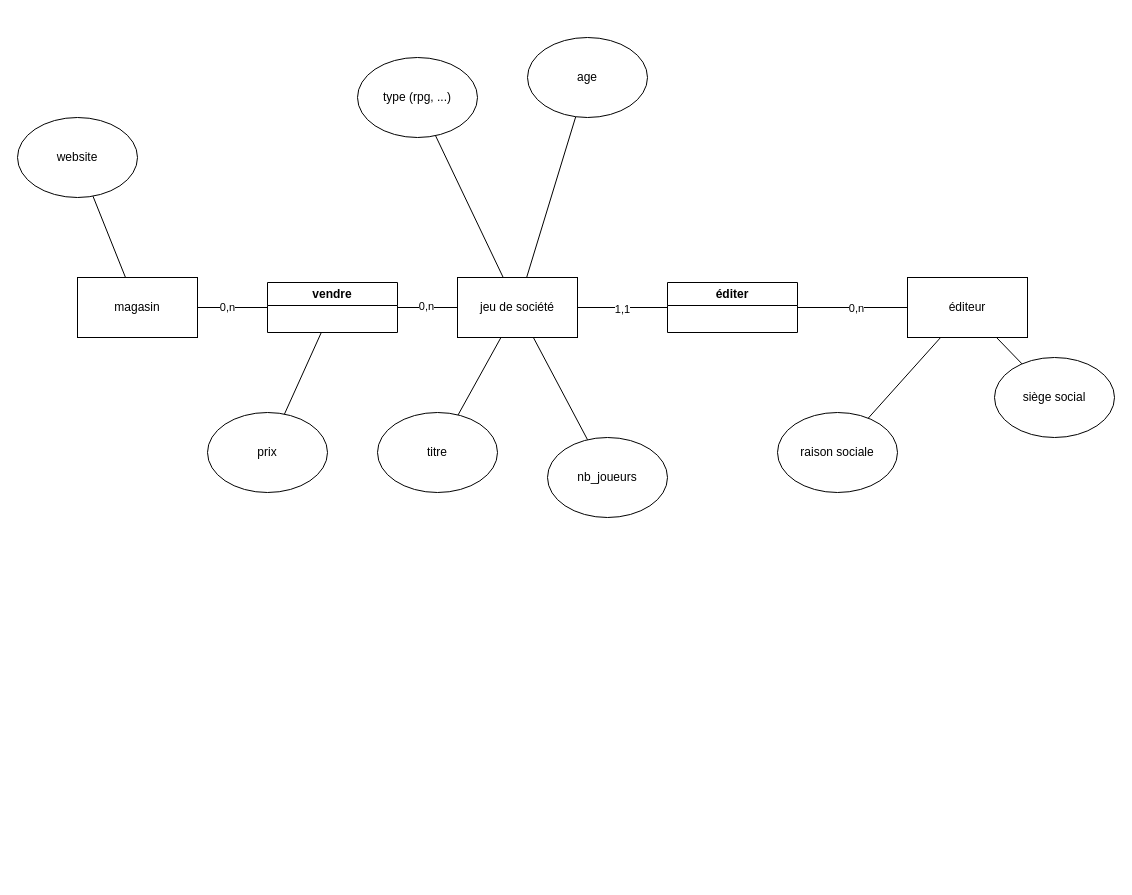
Above: mcd.drawio in argonaultes-public/bdd-hexagone-b2 (draw.io), before the change. Source tidied: cells renumbered, new cells numbered last; positions are measured from the earlier drawing's top-left corner, leaving out a move shared by most shapes. Both pictures are drawn from the tidied source at 100%, with x=0, y=0 at pixel (17, 37).
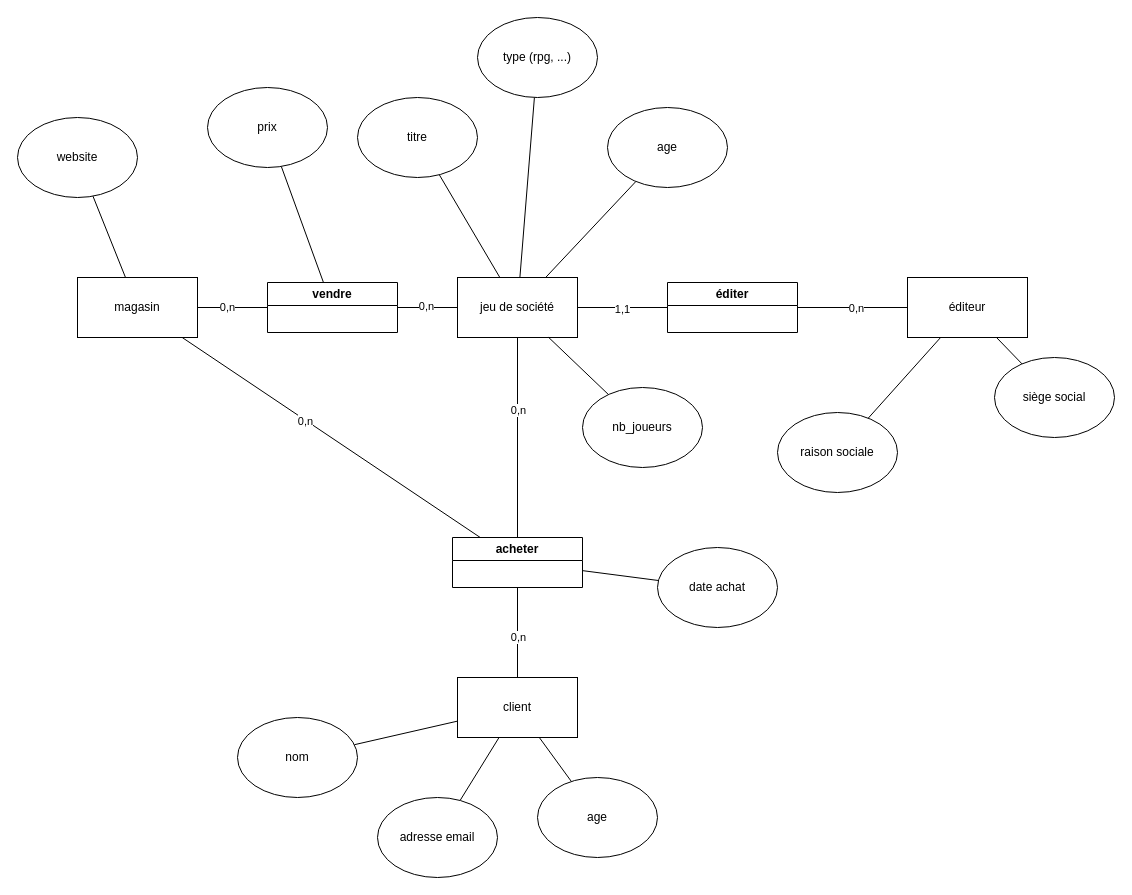
The same page after the edit.

Unchanged cells that the change refers to:
```xml
<mxCell id="4" value="magasin" style="rounded=0;whiteSpace=wrap;html=1;" parent="1" vertex="1">
  <mxGeometry x="60" y="240" width="120" height="60" as="geometry" />
</mxCell>
<mxCell id="9" value="jeu de société" style="rounded=0;whiteSpace=wrap;html=1;" parent="1" vertex="1">
  <mxGeometry x="440" y="240" width="120" height="60" as="geometry" />
</mxCell>
```

Diff of the diagram source:
```diff
@@
+    <mxCell id="31" style="rounded=0;jettySize=auto;html=1;endArrow=none;endFill=0;" parent="1" edge="1" source="4" target="38">
+      <mxGeometry relative="1" as="geometry" />
+    </mxCell>
+    <mxCell id="32" value="0,n" style="edgeLabel;html=1;align=center;verticalAlign=middle;" parent="31" vertex="1">
+      <mxGeometry x="-0.17" y="-1" relative="1" as="geometry" />
+    </mxCell>
@@
     <mxCell id="19" value="titre" style="ellipse;whiteSpace=wrap;html=1;" parent="1" vertex="1">
-      <mxGeometry x="360" y="375" width="120" height="80" as="geometry" />
+      <mxGeometry x="340" y="60" width="120" height="80" as="geometry" />
     </mxCell>
@@
     <mxCell id="21" value="type (rpg, ...)" style="ellipse;whiteSpace=wrap;html=1;" parent="1" vertex="1">
-      <mxGeometry x="340" y="20" width="120" height="80" as="geometry" />
+      <mxGeometry x="460" y="-20" width="120" height="80" as="geometry" />
     </mxCell>
@@
     <mxCell id="23" value="nb_joueurs" style="ellipse;whiteSpace=wrap;html=1;" parent="1" vertex="1">
-      <mxGeometry x="530" y="400" width="120" height="80" as="geometry" />
+      <mxGeometry x="565" y="350" width="120" height="80" as="geometry" />
     </mxCell>
@@
     <mxCell id="25" value="age" style="ellipse;whiteSpace=wrap;html=1;" parent="1" vertex="1">
-      <mxGeometry x="510" width="120" height="80" as="geometry" />
+      <mxGeometry x="590" y="70" width="120" height="80" as="geometry" />
     </mxCell>
@@
     <mxCell id="30" value="prix" style="ellipse;whiteSpace=wrap;html=1;" parent="1" vertex="1">
-      <mxGeometry x="190" y="375" width="120" height="80" as="geometry" />
+      <mxGeometry x="190" y="50" width="120" height="80" as="geometry" />
     </mxCell>
+    <mxCell id="33" style="rounded=0;jettySize=auto;html=1;endArrow=none;endFill=0;" parent="1" edge="1" source="35" target="38">
+      <mxGeometry relative="1" as="geometry" />
+    </mxCell>
+    <mxCell id="34" value="0,n" style="edgeLabel;html=1;align=center;verticalAlign=middle;" parent="33" vertex="1">
+      <mxGeometry x="-0.1" relative="1" as="geometry" />
+    </mxCell>
+    <mxCell id="35" value="client" style="rounded=0;whiteSpace=wrap;html=1;" parent="1" vertex="1">
+      <mxGeometry x="440" y="640" width="120" height="60" as="geometry" />
+    </mxCell>
+    <mxCell id="36" style="rounded=0;jettySize=auto;html=1;endArrow=none;endFill=0;" parent="1" edge="1" source="38" target="9">
+      <mxGeometry relative="1" as="geometry" />
+    </mxCell>
+    <mxCell id="37" value="0,n" style="edgeLabel;html=1;align=center;verticalAlign=middle;" parent="36" vertex="1">
+      <mxGeometry x="0.28" relative="1" as="geometry" />
+    </mxCell>
+    <mxCell id="38" value="acheter" style="swimlane;whiteSpace=wrap;html=1;" parent="1" vertex="1">
+      <mxGeometry x="435" y="500" width="130" height="50" as="geometry" />
+    </mxCell>
+    <mxCell id="39" style="rounded=0;jettySize=auto;html=1;endArrow=none;endFill=0;" parent="1" edge="1" source="40" target="35">
+      <mxGeometry relative="1" as="geometry" />
+    </mxCell>
+    <mxCell id="40" value="age" style="ellipse;whiteSpace=wrap;html=1;" parent="1" vertex="1">
+      <mxGeometry x="520" y="740" width="120" height="80" as="geometry" />
+    </mxCell>
+    <mxCell id="41" style="rounded=0;jettySize=auto;html=1;endArrow=none;endFill=0;" parent="1" edge="1" source="42" target="35">
+      <mxGeometry relative="1" as="geometry" />
+    </mxCell>
+    <mxCell id="42" value="adresse email" style="ellipse;whiteSpace=wrap;html=1;" parent="1" vertex="1">
+      <mxGeometry x="360" y="760" width="120" height="80" as="geometry" />
+    </mxCell>
+    <mxCell id="43" style="rounded=0;jettySize=auto;html=1;endArrow=none;endFill=0;" parent="1" edge="1" source="44" target="35">
+      <mxGeometry relative="1" as="geometry" />
+    </mxCell>
+    <mxCell id="44" value="nom" style="ellipse;whiteSpace=wrap;html=1;" parent="1" vertex="1">
+      <mxGeometry x="220" y="680" width="120" height="80" as="geometry" />
+    </mxCell>
+    <mxCell id="45" style="rounded=0;jettySize=auto;html=1;endArrow=none;endFill=0;" parent="1" edge="1" source="46" target="38">
+      <mxGeometry relative="1" as="geometry" />
+    </mxCell>
+    <mxCell id="46" value="date achat" style="ellipse;whiteSpace=wrap;html=1;" parent="1" vertex="1">
+      <mxGeometry x="640" y="510" width="120" height="80" as="geometry" />
+    </mxCell>
```
